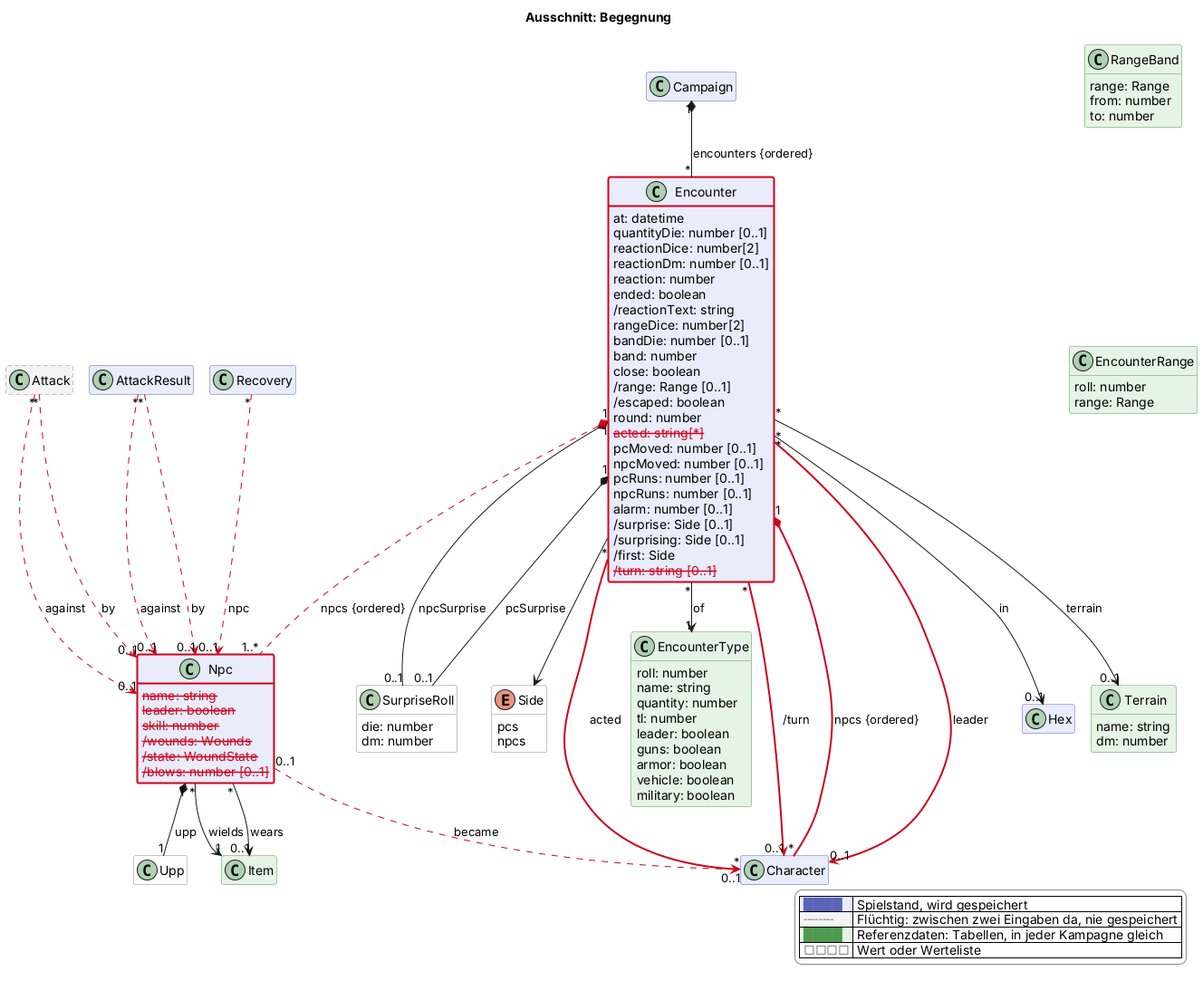
Earlier version of the PlantUML export docs/views/begegnung.png (scuzzar/SRE).
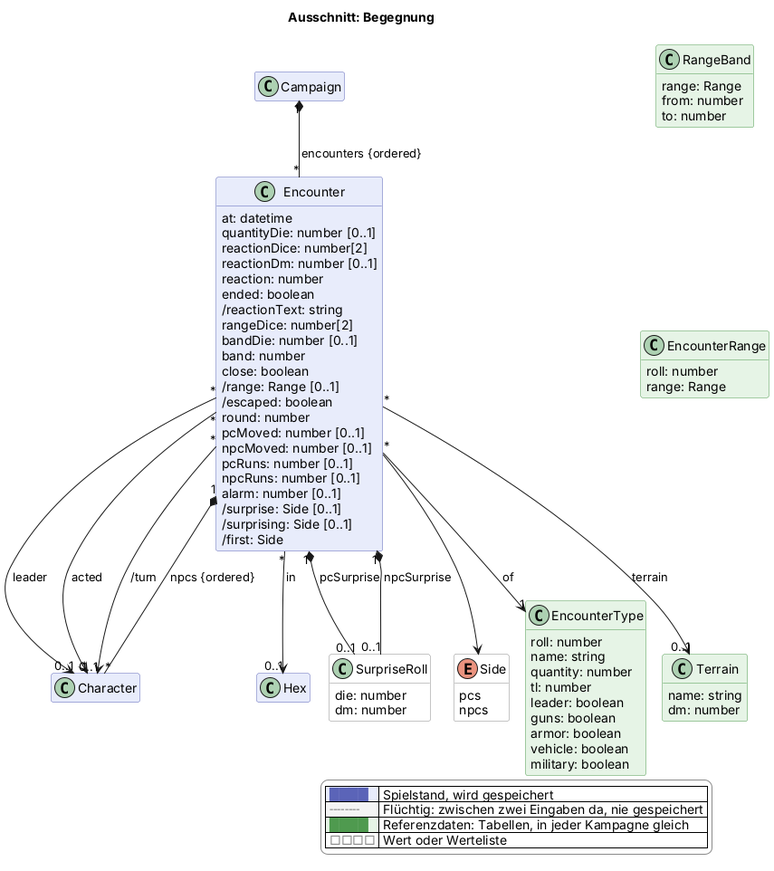
The same file after the commit.

Change to the diagram source:
```diff
@@ -68,15 +68,11 @@
 
   class Campaign $kampagne
   class Character $charakter
-  class Upp <<value>> $charakter
 
 
   class Hex $sektor
 
 
-  class Attack <<transient>> $kampf
-  class AttackResult $kampf
-  class Recovery $kampf
   class Encounter $begegnung {
     at: datetime
     quantityDie: number [0..1]
@@ -92,7 +88,6 @@
     /range: Range [0..1]
     /escaped: boolean
     round: number
-    $gone("2026-11-08c", "acted: string[*]")
     pcMoved: number [0..1]
     npcMoved: number [0..1]
     pcRuns: number [0..1]
@@ -101,7 +96,6 @@
     /surprise: Side [0..1]
     /surprising: Side [0..1]
     /first: Side
-    $gone("2026-11-08c", "/turn: string [0..1]")
   }
   class SurpriseRoll <<value>> $begegnung {
     die: number
@@ -124,14 +118,6 @@
     from: number
     to: number
   }
-  class Npc $begegnung {
-    $gone("2026-11-08c", "name: string")
-    $gone("2026-11-08c", "leader: boolean")
-    $gone("2026-11-08c", "skill: number")
-    $gone("2026-11-08c", "/wounds: Wounds")
-    $gone("2026-11-08c", "/state: WoundState")
-    $gone("2026-11-08c", "/blows: number [0..1]")
-  }
   class EncounterType <<reference>> $begegnung {
     roll: number
     name: string
@@ -144,7 +130,6 @@
     military: boolean
   }
 
-  class Item <<reference>> $shop
 
 
 
@@ -152,13 +137,8 @@
 
 
 
-Recovery "*" -$goneArrow("2026-11-08c")-> "0..1" Npc : npc
 
 
-Attack "*" -$goneArrow("2026-11-08c")-> "0..1" Npc : by
-Attack "*" -$goneArrow("2026-11-08c")-> "0..1" Npc : against
-AttackResult "*" -$goneArrow("2026-11-08c")-> "0..1" Npc : by
-AttackResult "*" -$goneArrow("2026-11-08c")-> "0..1" Npc : against
 
 Campaign "1" *-- "*" Encounter : encounters {ordered}
 Encounter "*" --> "1" EncounterType : of
@@ -169,15 +149,10 @@
 EncounterRange -[hidden]- Terrain
 RangeBand -[hidden]- EncounterRange
 Encounter "*" --> "0..1" Hex : in
-Encounter "1" *-$goneArrow("2026-11-08c")- "1..*" Npc : npcs {ordered}
-Encounter "1" *-$newArrow("2026-11-08c")- "*" Character : npcs {ordered}
-Encounter "*" -$newArrow("2026-11-08c")-> "0..1" Character : leader
-Encounter "*" -$newArrow("2026-11-08c")-> "*" Character : acted
-Encounter "*" -$newArrow("2026-11-08c")-> "0..1" Character : /turn
-Npc "1" *-- "1" Upp : upp
-Npc "*" --> "1" Item : wields
-Npc "*" --> "0..1" Item : wears
-Npc "0..1" -$goneArrow("2026-11-08c")-> "0..1" Character : became
+Encounter "1" *-- "*" Character : npcs {ordered}
+Encounter "*" --> "0..1" Character : leader
+Encounter "*" --> "*" Character : acted
+Encounter "*" --> "0..1" Character : /turn
 
 
 
@@ -187,6 +162,4 @@
   |<#e6f4e6> <color:#4f9a4f>████</color> | Referenzdaten: Tabellen, in jeder Kampagne gleich |
   |<#ffffff> <color:#8a8a8a>□□□□</color> | Wert oder Werteliste |
 endlegend
-class Encounter #line:d0021b;line.bold
-class Npc #line:d0021b;line.bold
 @enduml
```
